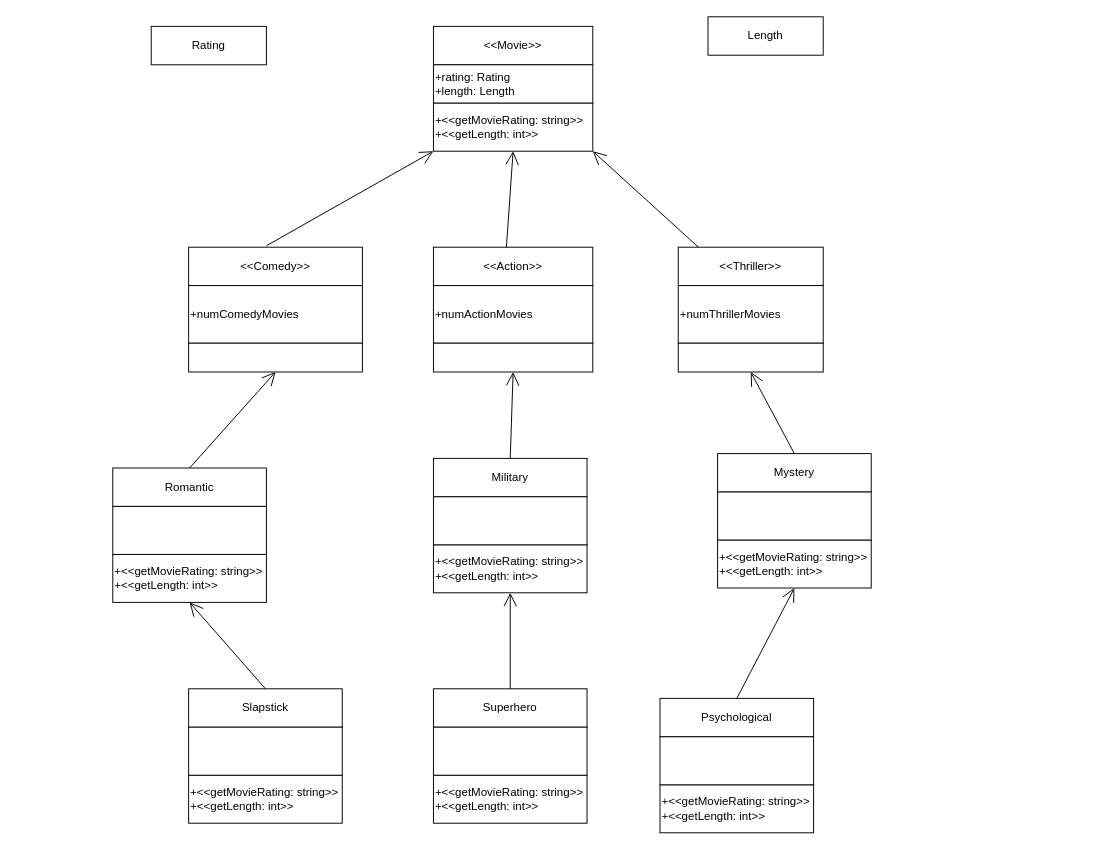
Above: TP2.drawio in GableDauterive19/GableRepository (draw.io), before the change. Source tidied: cells renumbered, new cells numbered last; positions are measured from the earlier drawing's top-left corner, leaving out a move shared by most shapes. Both pictures are drawn from the tidied source at 96%, with x=0, y=0 at pixel (112, 16).
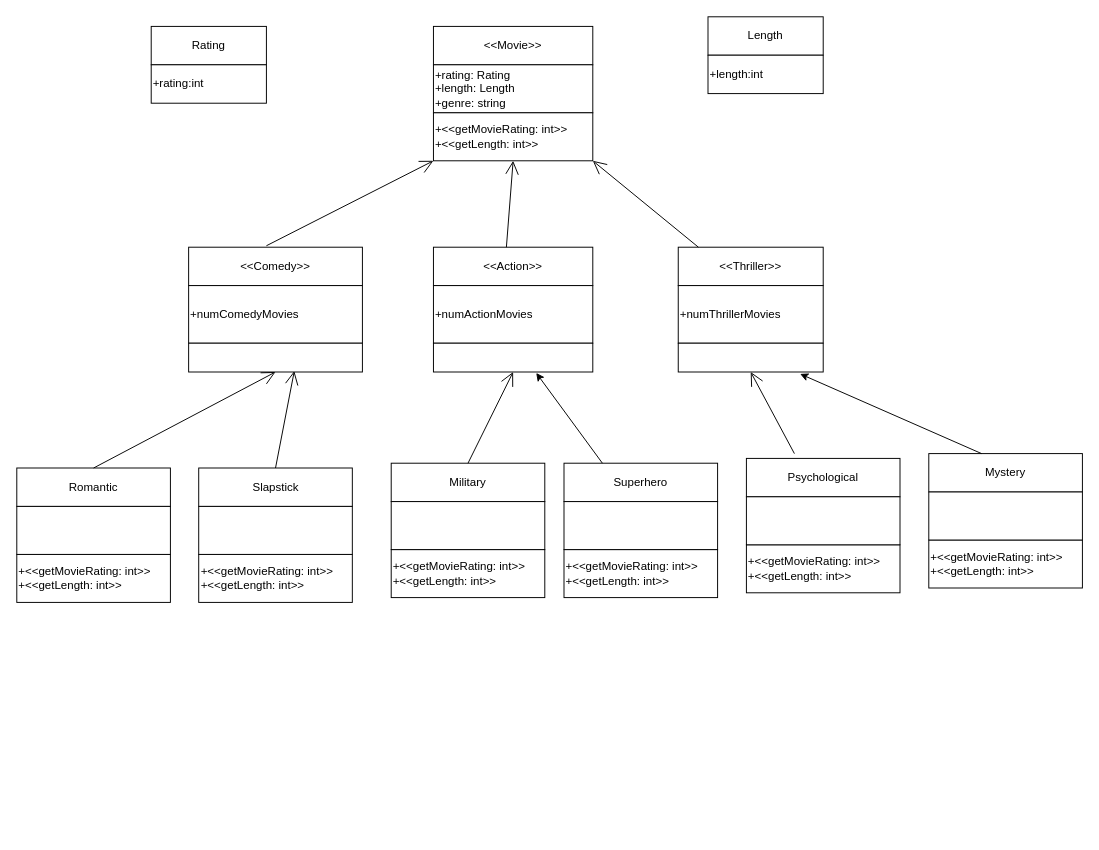
Above is the later version.

Unchanged cells that the change refers to:
```xml
<mxCell id="12" style="rounded=0;whiteSpace=wrap;html=1;align=center;" parent="1" vertex="1">
  <mxGeometry x="79" y="340" width="181" height="30" as="geometry" />
</mxCell>
<mxCell id="14" style="rounded=0;whiteSpace=wrap;html=1;align=center;" parent="1" vertex="1">
  <mxGeometry x="334" y="340" width="166" height="30" as="geometry" />
</mxCell>
<mxCell id="16" style="rounded=0;whiteSpace=wrap;html=1;align=center;" parent="1" vertex="1">
  <mxGeometry x="589" y="340" width="151" height="30" as="geometry" />
</mxCell>
```

The edit, as a diff of the source:
```diff
@@
-    <mxCell id="3" value="+rating: Rating&lt;br&gt;+length: Length" style="rounded=0;whiteSpace=wrap;html=1;align=left;" parent="1" vertex="1">
-      <mxGeometry x="334" y="50" width="166" height="40" as="geometry" />
+    <mxCell id="3" value="+rating: Rating&lt;br&gt;+length: Length&lt;br&gt;+genre: string" style="rounded=0;whiteSpace=wrap;html=1;align=left;" parent="1" vertex="1">
+      <mxGeometry x="334" y="50" width="166" height="50" as="geometry" />
     </mxCell>
-    <mxCell id="4" value="+&amp;lt;&amp;lt;getMovieRating: string&amp;gt;&amp;gt;&lt;br&gt;+&amp;lt;&amp;lt;getLength: int&amp;gt;&amp;gt;" style="rounded=0;whiteSpace=wrap;html=1;align=left;" parent="1" vertex="1">
-      <mxGeometry x="334" y="90" width="166" height="50" as="geometry" />
+    <mxCell id="4" value="+&amp;lt;&amp;lt;getMovieRating: int&amp;gt;&amp;gt;&lt;br&gt;+&amp;lt;&amp;lt;getLength: int&amp;gt;&amp;gt;" style="rounded=0;whiteSpace=wrap;html=1;align=left;" parent="1" vertex="1">
+      <mxGeometry x="334" y="100" width="166" height="50" as="geometry" />
     </mxCell>
@@
     <mxCell id="10" value="Romantic" style="rounded=0;whiteSpace=wrap;html=1;align=center;" parent="1" vertex="1">
-      <mxGeometry y="470" width="160" height="40" as="geometry" />
+      <mxGeometry x="-100" y="470" width="160" height="40" as="geometry" />
     </mxCell>
@@
-    <mxCell id="17" value="+&amp;lt;&amp;lt;getMovieRating: string&amp;gt;&amp;gt;&lt;br&gt;+&amp;lt;&amp;lt;getLength: int&amp;gt;&amp;gt;" style="rounded=0;whiteSpace=wrap;html=1;align=left;" parent="1" vertex="1">
-      <mxGeometry y="560" width="160" height="50" as="geometry" />
+    <mxCell id="17" value="+&amp;lt;&amp;lt;getMovieRating: int&amp;gt;&amp;gt;&lt;br&gt;+&amp;lt;&amp;lt;getLength: int&amp;gt;&amp;gt;" style="rounded=0;whiteSpace=wrap;html=1;align=left;" parent="1" vertex="1">
+      <mxGeometry x="-100" y="560" width="160" height="50" as="geometry" />
     </mxCell>
     <mxCell id="18" style="rounded=0;whiteSpace=wrap;html=1;align=left;" parent="1" vertex="1">
-      <mxGeometry y="510" width="160" height="50" as="geometry" />
+      <mxGeometry x="-100" y="510" width="160" height="50" as="geometry" />
     </mxCell>
     <mxCell id="19" value="Slapstick" style="rounded=0;whiteSpace=wrap;html=1;align=center;" parent="1" vertex="1">
-      <mxGeometry x="79" y="700" width="160" height="40" as="geometry" />
+      <mxGeometry x="89.5" y="470" width="160" height="40" as="geometry" />
     </mxCell>
-    <mxCell id="20" value="+&amp;lt;&amp;lt;getMovieRating: string&amp;gt;&amp;gt;&lt;br&gt;+&amp;lt;&amp;lt;getLength: int&amp;gt;&amp;gt;" style="rounded=0;whiteSpace=wrap;html=1;align=left;" parent="1" vertex="1">
-      <mxGeometry x="79" y="790" width="160" height="50" as="geometry" />
+    <mxCell id="20" value="+&amp;lt;&amp;lt;getMovieRating: int&amp;gt;&amp;gt;&lt;br&gt;+&amp;lt;&amp;lt;getLength: int&amp;gt;&amp;gt;" style="rounded=0;whiteSpace=wrap;html=1;align=left;" parent="1" vertex="1">
+      <mxGeometry x="89.5" y="560" width="160" height="50" as="geometry" />
     </mxCell>
     <mxCell id="21" style="rounded=0;whiteSpace=wrap;html=1;align=left;" parent="1" vertex="1">
-      <mxGeometry x="79" y="740" width="160" height="50" as="geometry" />
+      <mxGeometry x="89.5" y="510" width="160" height="50" as="geometry" />
     </mxCell>
@@
-    <mxCell id="23" style="endArrow=open;endFill=1;endSize=12;html=1;rounded=0;exitX=0.5;exitY=0;exitDx=0;exitDy=0;entryX=0.5;entryY=1;entryDx=0;entryDy=0;" parent="1" edge="1" source="19" target="17">
+    <mxCell id="23" style="endArrow=open;endFill=1;endSize=12;html=1;rounded=0;exitX=0.5;exitY=0;exitDx=0;exitDy=0;entryX=0.608;entryY=0.967;entryDx=0;entryDy=0;entryPerimeter=0;" parent="1" edge="1" source="19" target="12">
       <mxGeometry relative="1" as="geometry" />
     </mxCell>
     <mxCell id="24" value="Military" style="rounded=0;whiteSpace=wrap;html=1;align=center;" parent="1" vertex="1">
-      <mxGeometry x="334" y="460" width="160" height="40" as="geometry" />
+      <mxGeometry x="290" y="465" width="160" height="40" as="geometry" />
     </mxCell>
-    <mxCell id="25" value="+&amp;lt;&amp;lt;getMovieRating: string&amp;gt;&amp;gt;&lt;br&gt;+&amp;lt;&amp;lt;getLength: int&amp;gt;&amp;gt;" style="rounded=0;whiteSpace=wrap;html=1;align=left;" parent="1" vertex="1">
-      <mxGeometry x="334" y="550" width="160" height="50" as="geometry" />
+    <mxCell id="25" value="+&amp;lt;&amp;lt;getMovieRating: int&amp;gt;&amp;gt;&lt;br&gt;+&amp;lt;&amp;lt;getLength: int&amp;gt;&amp;gt;" style="rounded=0;whiteSpace=wrap;html=1;align=left;" parent="1" vertex="1">
+      <mxGeometry x="290" y="555" width="160" height="50" as="geometry" />
     </mxCell>
     <mxCell id="26" style="rounded=0;whiteSpace=wrap;html=1;align=left;" parent="1" vertex="1">
-      <mxGeometry x="334" y="500" width="160" height="50" as="geometry" />
+      <mxGeometry x="290" y="505" width="160" height="50" as="geometry" />
     </mxCell>
     <mxCell id="27" value="Superhero" style="rounded=0;whiteSpace=wrap;html=1;align=center;" parent="1" vertex="1">
-      <mxGeometry x="334" y="700" width="160" height="40" as="geometry" />
+      <mxGeometry x="470" y="465" width="160" height="40" as="geometry" />
     </mxCell>
-    <mxCell id="28" value="+&amp;lt;&amp;lt;getMovieRating: string&amp;gt;&amp;gt;&lt;br&gt;+&amp;lt;&amp;lt;getLength: int&amp;gt;&amp;gt;" style="rounded=0;whiteSpace=wrap;html=1;align=left;" parent="1" vertex="1">
-      <mxGeometry x="334" y="790" width="160" height="50" as="geometry" />
+    <mxCell id="28" value="+&amp;lt;&amp;lt;getMovieRating: int&amp;gt;&amp;gt;&lt;br&gt;+&amp;lt;&amp;lt;getLength: int&amp;gt;&amp;gt;" style="rounded=0;whiteSpace=wrap;html=1;align=left;" parent="1" vertex="1">
+      <mxGeometry x="470" y="555" width="160" height="50" as="geometry" />
     </mxCell>
     <mxCell id="29" style="rounded=0;whiteSpace=wrap;html=1;align=left;" parent="1" vertex="1">
-      <mxGeometry x="334" y="740" width="160" height="50" as="geometry" />
+      <mxGeometry x="470" y="505" width="160" height="50" as="geometry" />
     </mxCell>
-    <mxCell id="30" style="endArrow=open;endFill=1;endSize=12;html=1;rounded=0;exitX=0.5;exitY=0;exitDx=0;exitDy=0;entryX=0.5;entryY=1;entryDx=0;entryDy=0;" parent="1" edge="1" source="27" target="25">
-      <mxGeometry relative="1" as="geometry" />
-    </mxCell>
@@
     <mxCell id="32" value="Mystery" style="rounded=0;whiteSpace=wrap;html=1;align=center;" parent="1" vertex="1">
-      <mxGeometry x="630" y="455" width="160" height="40" as="geometry" />
+      <mxGeometry x="850" y="455" width="160" height="40" as="geometry" />
     </mxCell>
-    <mxCell id="33" value="+&amp;lt;&amp;lt;getMovieRating: string&amp;gt;&amp;gt;&lt;br&gt;+&amp;lt;&amp;lt;getLength: int&amp;gt;&amp;gt;" style="rounded=0;whiteSpace=wrap;html=1;align=left;" parent="1" vertex="1">
-      <mxGeometry x="630" y="545" width="160" height="50" as="geometry" />
+    <mxCell id="33" value="+&amp;lt;&amp;lt;getMovieRating: int&amp;gt;&amp;gt;&lt;br&gt;+&amp;lt;&amp;lt;getLength: int&amp;gt;&amp;gt;" style="rounded=0;whiteSpace=wrap;html=1;align=left;" parent="1" vertex="1">
+      <mxGeometry x="850" y="545" width="160" height="50" as="geometry" />
     </mxCell>
     <mxCell id="34" style="rounded=0;whiteSpace=wrap;html=1;align=left;" parent="1" vertex="1">
-      <mxGeometry x="630" y="495" width="160" height="50" as="geometry" />
+      <mxGeometry x="850" y="495" width="160" height="50" as="geometry" />
     </mxCell>
     <mxCell id="35" value="Psychological" style="rounded=0;whiteSpace=wrap;html=1;align=center;" parent="1" vertex="1">
-      <mxGeometry x="570" y="710" width="160" height="40" as="geometry" />
+      <mxGeometry x="660" y="460" width="160" height="40" as="geometry" />
     </mxCell>
-    <mxCell id="36" value="+&amp;lt;&amp;lt;getMovieRating: string&amp;gt;&amp;gt;&lt;br&gt;+&amp;lt;&amp;lt;getLength: int&amp;gt;&amp;gt;" style="rounded=0;whiteSpace=wrap;html=1;align=left;" parent="1" vertex="1">
-      <mxGeometry x="570" y="800" width="160" height="50" as="geometry" />
+    <mxCell id="36" value="+&amp;lt;&amp;lt;getMovieRating: int&amp;gt;&amp;gt;&lt;br&gt;+&amp;lt;&amp;lt;getLength: int&amp;gt;&amp;gt;" style="rounded=0;whiteSpace=wrap;html=1;align=left;" parent="1" vertex="1">
+      <mxGeometry x="660" y="550" width="160" height="50" as="geometry" />
     </mxCell>
     <mxCell id="37" style="rounded=0;whiteSpace=wrap;html=1;align=left;" parent="1" vertex="1">
-      <mxGeometry x="570" y="750" width="160" height="50" as="geometry" />
+      <mxGeometry x="660" y="500" width="160" height="50" as="geometry" />
     </mxCell>
-    <mxCell id="38" style="endArrow=open;endFill=1;endSize=12;html=1;rounded=0;exitX=0.5;exitY=0;exitDx=0;exitDy=0;entryX=0.5;entryY=1;entryDx=0;entryDy=0;" parent="1" edge="1" source="35" target="33">
-      <mxGeometry relative="1" as="geometry" />
-    </mxCell>
@@
+    <mxCell id="43" style="endArrow=classic;html=1;rounded=0;entryX=0.645;entryY=1.033;entryDx=0;entryDy=0;entryPerimeter=0;" parent="1" edge="1" target="14">
+      <mxGeometry relative="1" as="geometry">
+        <mxPoint x="510" y="465" as="sourcePoint" />
+      </mxGeometry>
+    </mxCell>
+    <mxCell id="44" style="endArrow=classic;html=1;rounded=0;entryX=0.841;entryY=1.067;entryDx=0;entryDy=0;entryPerimeter=0;" parent="1" edge="1" target="16">
+      <mxGeometry relative="1" as="geometry">
+        <mxPoint x="905" y="455" as="sourcePoint" />
+      </mxGeometry>
+    </mxCell>
+    <mxCell id="45" value="+rating:int" style="rounded=0;whiteSpace=wrap;html=1;align=left;" parent="1" vertex="1">
+      <mxGeometry x="40" y="50" width="120" height="40" as="geometry" />
+    </mxCell>
+    <mxCell id="46" value="+length:int" style="rounded=0;whiteSpace=wrap;html=1;align=left;" parent="1" vertex="1">
+      <mxGeometry x="620" y="40" width="120" height="40" as="geometry" />
+    </mxCell>
```
